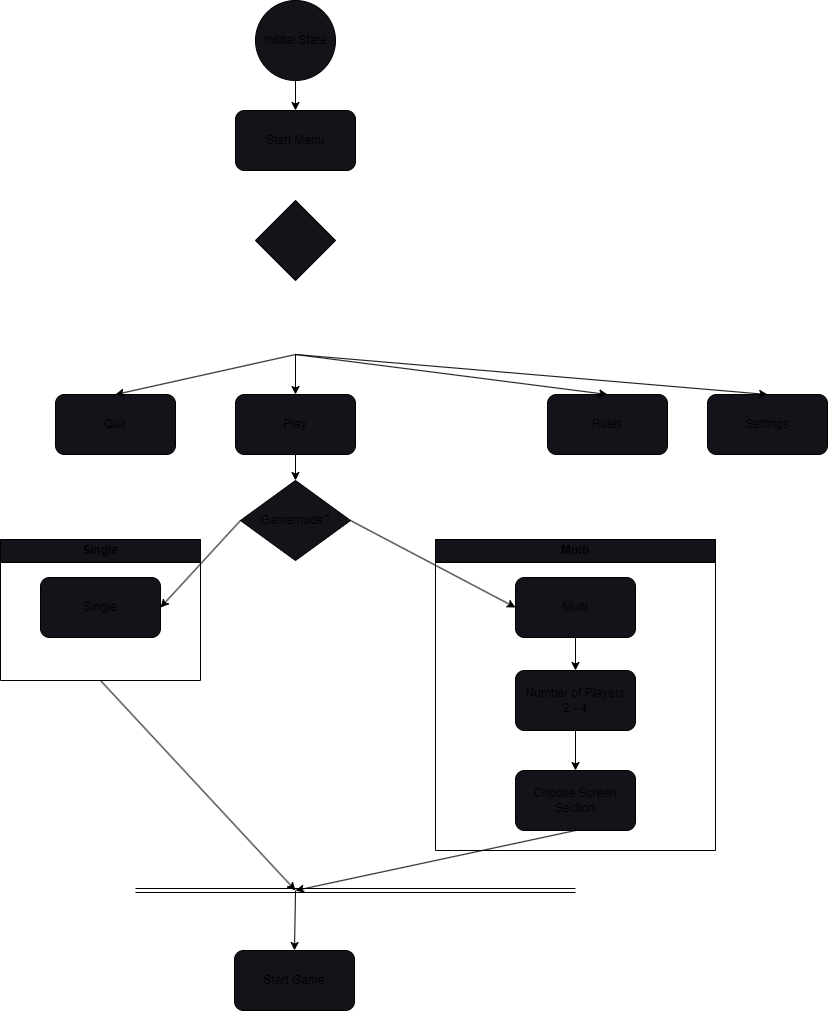
This is uml/Activity.drawio.png from Afihu/Baked_Beans_OOP_Java_P2, a draw.io export, as it was before one commit. Source tidied: cells renumbered, new cells last; positions are measured from the earlier drawing's top-left corner, leaving out a move shared by most shapes. Source of this version:
```xml
<mxGraphModel>
  <root>
    <mxCell id="0" />
    <mxCell id="1" parent="0" />
    <mxCell id="2" value="Initital State" style="ellipse;whiteSpace=wrap;html=1;fillColor=#151219;" parent="1" vertex="1">
      <mxGeometry x="255" width="80" height="80" as="geometry" />
    </mxCell>
    <mxCell id="3" value="Start Menu" style="rounded=1;whiteSpace=wrap;html=1;fillColor=#151219;" parent="1" vertex="1">
      <mxGeometry x="235" y="110" width="120" height="60" as="geometry" />
    </mxCell>
    <mxCell id="4" value="Rules" style="rounded=1;whiteSpace=wrap;html=1;fillColor=#151219;" parent="1" vertex="1">
      <mxGeometry x="547" y="394" width="120" height="60" as="geometry" />
    </mxCell>
    <mxCell id="5" value="Play" style="rounded=1;whiteSpace=wrap;html=1;fillColor=#151219;" parent="1" vertex="1">
      <mxGeometry x="235" y="394" width="120" height="60" as="geometry" />
    </mxCell>
    <mxCell id="6" style="endArrow=classic;html=1;" parent="1" edge="1" target="5">
      <mxGeometry relative="1" as="geometry">
        <mxPoint x="295" y="354" as="sourcePoint" />
      </mxGeometry>
    </mxCell>
    <mxCell id="7" value="Quit" style="rounded=1;whiteSpace=wrap;html=1;fillColor=#151219;" parent="1" vertex="1">
      <mxGeometry x="55" y="394" width="120" height="60" as="geometry" />
    </mxCell>
    <mxCell id="8" style="endArrow=classic;html=1;entryX=0.5;entryY=0;entryDx=0;entryDy=0;" parent="1" edge="1" target="7">
      <mxGeometry relative="1" as="geometry">
        <mxPoint x="295" y="354" as="sourcePoint" />
      </mxGeometry>
    </mxCell>
    <mxCell id="9" value="Settings" style="rounded=1;whiteSpace=wrap;html=1;fillColor=#151219;" parent="1" vertex="1">
      <mxGeometry x="707" y="394" width="120" height="60" as="geometry" />
    </mxCell>
    <mxCell id="10" style="endArrow=classic;html=1;entryX=0.5;entryY=0;entryDx=0;entryDy=0;" parent="1" edge="1" target="4">
      <mxGeometry relative="1" as="geometry">
        <mxPoint x="295" y="354" as="sourcePoint" />
      </mxGeometry>
    </mxCell>
    <mxCell id="11" style="endArrow=classic;html=1;entryX=0.5;entryY=0;entryDx=0;entryDy=0;" parent="1" edge="1" target="9">
      <mxGeometry relative="1" as="geometry">
        <mxPoint x="295" y="354" as="sourcePoint" />
      </mxGeometry>
    </mxCell>
    <mxCell id="12" style="endArrow=classic;html=1;entryX=1;entryY=0.5;entryDx=0;entryDy=0;exitX=0;exitY=0.5;exitDx=0;exitDy=0;" parent="1" edge="1" source="17" target="19">
      <mxGeometry relative="1" as="geometry" />
    </mxCell>
    <mxCell id="13" style="endArrow=classic;html=1;entryX=0;entryY=0.5;entryDx=0;entryDy=0;exitX=1;exitY=0.5;exitDx=0;exitDy=0;" parent="1" edge="1" source="17" target="21">
      <mxGeometry relative="1" as="geometry" />
    </mxCell>
    <mxCell id="14" style="endArrow=classic;html=1;exitX=0.5;exitY=1;exitDx=0;exitDy=0;entryX=0.5;entryY=0;entryDx=0;entryDy=0;" parent="1" edge="1" source="2" target="3">
      <mxGeometry relative="1" as="geometry" />
    </mxCell>
    <mxCell id="15" style="rhombus;whiteSpace=wrap;html=1;fillColor=#151219;" parent="1" vertex="1">
      <mxGeometry x="255" y="200" width="80" height="80" as="geometry" />
    </mxCell>
    <mxCell id="16" style="endArrow=classic;html=1;exitX=0.5;exitY=1;exitDx=0;exitDy=0;entryX=0.5;entryY=0;entryDx=0;entryDy=0;" parent="1" edge="1" source="5" target="17">
      <mxGeometry relative="1" as="geometry" />
    </mxCell>
    <mxCell id="17" value="Gamemode?" style="rhombus;whiteSpace=wrap;html=1;fillColor=#151219;" parent="1" vertex="1">
      <mxGeometry x="240" y="480" width="110" height="80" as="geometry" />
    </mxCell>
    <mxCell id="18" value="Single" style="swimlane;whiteSpace=wrap;html=1;fillColor=#151219;" parent="1" vertex="1">
      <mxGeometry y="539" width="200" height="141" as="geometry" />
    </mxCell>
    <mxCell id="19" value="Single" style="rounded=1;whiteSpace=wrap;html=1;fillColor=#151219;" parent="18" vertex="1">
      <mxGeometry x="40" y="38" width="120" height="60" as="geometry" />
    </mxCell>
    <mxCell id="20" value="Multi" style="swimlane;whiteSpace=wrap;html=1;fillColor=#151219;" parent="1" vertex="1">
      <mxGeometry x="435" y="539" width="280" height="311" as="geometry" />
    </mxCell>
    <mxCell id="21" value="Multi" style="rounded=1;whiteSpace=wrap;html=1;fillColor=#151219;" parent="20" vertex="1">
      <mxGeometry x="80" y="38" width="120" height="60" as="geometry" />
    </mxCell>
    <mxCell id="22" value="Number of Players&lt;br&gt;2 - 4" style="rounded=1;whiteSpace=wrap;html=1;fillColor=#151219;" parent="20" vertex="1">
      <mxGeometry x="80" y="131" width="120" height="60" as="geometry" />
    </mxCell>
    <mxCell id="23" style="endArrow=classic;html=1;exitX=0.5;exitY=1;exitDx=0;exitDy=0;entryX=0.5;entryY=0;entryDx=0;entryDy=0;" parent="20" edge="1" source="21" target="22">
      <mxGeometry relative="1" as="geometry" />
    </mxCell>
    <mxCell id="24" value="Choose Screen Section" style="rounded=1;whiteSpace=wrap;html=1;fillColor=#151219;" parent="20" vertex="1">
      <mxGeometry x="80" y="231" width="120" height="60" as="geometry" />
    </mxCell>
    <mxCell id="25" style="endArrow=classic;html=1;exitX=0.5;exitY=1;exitDx=0;exitDy=0;" parent="20" edge="1" source="22" target="24">
      <mxGeometry relative="1" as="geometry" />
    </mxCell>
    <mxCell id="26" value="Start Game" style="rounded=1;whiteSpace=wrap;html=1;fillColor=#151219;" parent="1" vertex="1">
      <mxGeometry x="234" y="950" width="120" height="60" as="geometry" />
    </mxCell>
    <mxCell id="27" style="endArrow=classic;html=1;exitX=0.5;exitY=1;exitDx=0;exitDy=0;" parent="1" edge="1" source="24">
      <mxGeometry relative="1" as="geometry">
        <mxPoint x="295" y="890" as="targetPoint" />
      </mxGeometry>
    </mxCell>
    <mxCell id="28" style="endArrow=classic;html=1;exitX=0.5;exitY=1;exitDx=0;exitDy=0;" parent="1" edge="1" source="18">
      <mxGeometry relative="1" as="geometry">
        <mxPoint x="295" y="890" as="targetPoint" />
      </mxGeometry>
    </mxCell>
    <mxCell id="29" style="shape=link;html=1;" parent="1" edge="1">
      <mxGeometry relative="1" as="geometry">
        <mxPoint x="135" y="890" as="sourcePoint" />
        <mxPoint x="575" y="890" as="targetPoint" />
      </mxGeometry>
    </mxCell>
    <mxCell id="30" style="endArrow=classic;html=1;entryX=0.5;entryY=0;entryDx=0;entryDy=0;" parent="1" edge="1" target="26">
      <mxGeometry relative="1" as="geometry">
        <mxPoint x="295" y="890" as="sourcePoint" />
      </mxGeometry>
    </mxCell>
  </root>
</mxGraphModel>
```
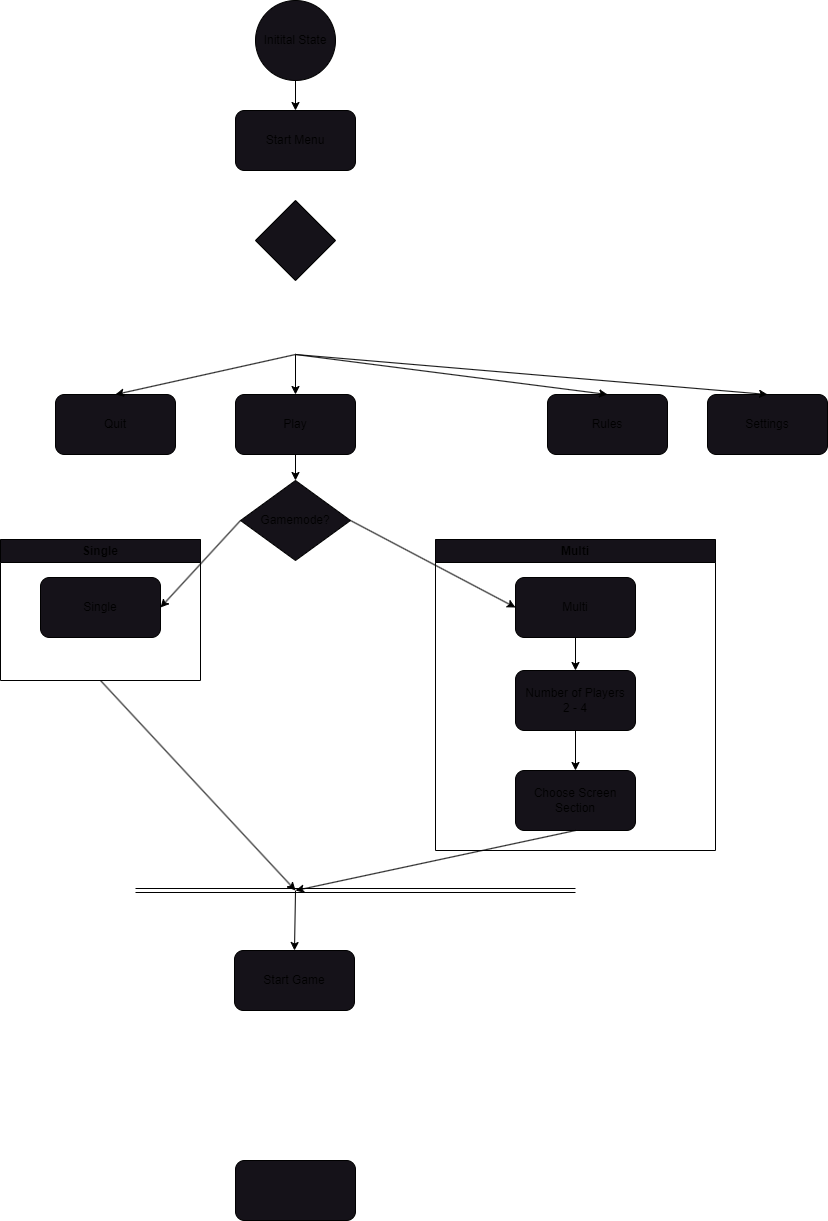
After the change.

Commit message:
Update activity diagram

Change to the diagram source:
```diff
@@ -106,5 +106,8 @@
         <mxPoint x="295" y="890" as="sourcePoint" />
       </mxGeometry>
     </mxCell>
+    <mxCell id="31" style="rounded=1;whiteSpace=wrap;html=1;fillColor=#151219;" parent="1" vertex="1">
+      <mxGeometry x="235" y="1160" width="120" height="60" as="geometry" />
+    </mxCell>
   </root>
 </mxGraphModel>
```
